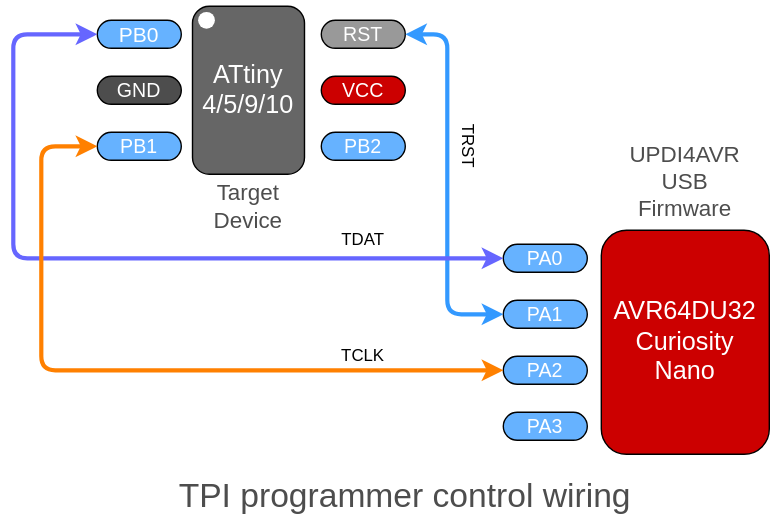
Above: product/UPDI4AVR/images/U4AU_TPI.drawio.svg in askn37/askn37.github.io (draw.io), before the change. Source tidied: cells renumbered, new cells last; positions are measured from the earlier drawing's top-left corner, leaving out a move shared by most shapes.
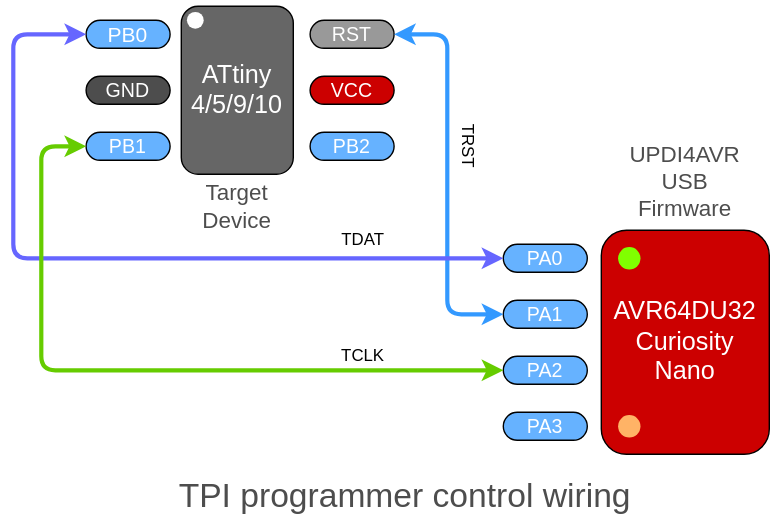
Above is the later version.

Change to the diagram source:
```diff
@@ -3,25 +3,25 @@
     <mxCell id="0" />
     <mxCell id="1" parent="0" />
     <mxCell id="2" value="&lt;font color=&quot;#ffffff&quot; style=&quot;font-size: 18px;&quot;&gt;ATtiny&lt;br style=&quot;font-size: 18px;&quot;&gt;4/5/9/10&lt;/font&gt;" style="rounded=1;whiteSpace=wrap;html=1;fillColor=#666666;fontSize=18;" parent="1" vertex="1">
-      <mxGeometry x="128" width="80" height="120" as="geometry" />
+      <mxGeometry x="120" width="80" height="120" as="geometry" />
     </mxCell>
     <mxCell id="3" value="&lt;p style=&quot;line-height: 120%; font-size: 15px;&quot;&gt;&lt;font style=&quot;font-size: 15px;&quot;&gt;PB0&lt;/font&gt;&lt;/p&gt;" style="rounded=1;whiteSpace=wrap;html=1;labelBackgroundColor=none;fontSize=15;fontColor=#FFFFFF;fillColor=#66B2FF;arcSize=50;verticalAlign=middle;" parent="1" vertex="1">
-      <mxGeometry x="60" y="10" width="60" height="20" as="geometry" />
+      <mxGeometry x="52" y="10" width="60" height="20" as="geometry" />
     </mxCell>
     <mxCell id="4" value="&lt;p style=&quot;line-height: 120%; font-size: 14px;&quot;&gt;GND&lt;/p&gt;" style="rounded=1;whiteSpace=wrap;html=1;labelBackgroundColor=none;fontSize=14;fontColor=#FFFFFF;fillColor=#4D4D4D;arcSize=50;verticalAlign=middle;" parent="1" vertex="1">
-      <mxGeometry x="60" y="50" width="60" height="20" as="geometry" />
+      <mxGeometry x="52" y="50" width="60" height="20" as="geometry" />
     </mxCell>
     <mxCell id="5" value="&lt;p style=&quot;line-height: 120%; font-size: 14px;&quot;&gt;&lt;font style=&quot;font-size: 14px;&quot;&gt;PB1&lt;/font&gt;&lt;/p&gt;" style="rounded=1;whiteSpace=wrap;html=1;labelBackgroundColor=none;fontSize=14;fontColor=#FFFFFF;fillColor=#66B2FF;arcSize=50;verticalAlign=middle;" parent="1" vertex="1">
-      <mxGeometry x="60" y="90" width="60" height="20" as="geometry" />
+      <mxGeometry x="52" y="90" width="60" height="20" as="geometry" />
     </mxCell>
     <mxCell id="6" value="&lt;p style=&quot;line-height: 120%; font-size: 14px;&quot;&gt;RST&lt;/p&gt;" style="rounded=1;whiteSpace=wrap;html=1;labelBackgroundColor=none;fontSize=14;fontColor=#FFFFFF;fillColor=#999999;arcSize=50;verticalAlign=middle;" parent="1" vertex="1">
-      <mxGeometry x="220" y="10" width="60" height="20" as="geometry" />
+      <mxGeometry x="212" y="10" width="60" height="20" as="geometry" />
     </mxCell>
     <mxCell id="7" value="&lt;p style=&quot;line-height: 120%; font-size: 14px;&quot;&gt;VCC&lt;/p&gt;" style="rounded=1;whiteSpace=wrap;html=1;labelBackgroundColor=none;fontSize=14;fontColor=#FFFFFF;fillColor=#CC0000;arcSize=50;verticalAlign=middle;" parent="1" vertex="1">
-      <mxGeometry x="220" y="50" width="60" height="20" as="geometry" />
+      <mxGeometry x="212" y="50" width="60" height="20" as="geometry" />
     </mxCell>
     <mxCell id="8" value="&lt;p style=&quot;line-height: 120%; font-size: 14px;&quot;&gt;&lt;font style=&quot;font-size: 14px;&quot;&gt;PB2&lt;/font&gt;&lt;/p&gt;" style="rounded=1;whiteSpace=wrap;html=1;labelBackgroundColor=none;fontSize=14;fontColor=#FFFFFF;fillColor=#66B2FF;arcSize=50;verticalAlign=middle;" parent="1" vertex="1">
-      <mxGeometry x="220" y="90" width="60" height="20" as="geometry" />
+      <mxGeometry x="212" y="90" width="60" height="20" as="geometry" />
     </mxCell>
     <mxCell id="9" value="AVR64DU32&lt;br&gt;Curiosity&lt;br style=&quot;font-size: 18px;&quot;&gt;Nano" style="rounded=1;whiteSpace=wrap;html=1;labelBackgroundColor=none;fontSize=18;fontColor=#FFFFFF;fillColor=#CC0000;" parent="1" vertex="1">
       <mxGeometry x="420" y="160" width="120" height="160" as="geometry" />
@@ -39,7 +39,7 @@
       <mxGeometry x="420" y="90" width="120" height="70" as="geometry" />
     </mxCell>
     <mxCell id="14" style="shape=waypoint;sketch=0;size=6;fillColor=none;perimeter=centerPerimeter;labelBackgroundColor=none;fontSize=16;fontColor=#000000;strokeColor=#FFFFFF;strokeWidth=4;" parent="1" vertex="1">
-      <mxGeometry x="128" width="20" height="20" as="geometry" />
+      <mxGeometry x="120" width="20" height="20" as="geometry" />
     </mxCell>
     <mxCell id="15" value="TDAT" style="text;strokeColor=none;align=center;fillColor=none;html=1;verticalAlign=middle;whiteSpace=wrap;rounded=0;rotation=0;" parent="1" vertex="1">
       <mxGeometry x="225" y="157" width="50" height="20" as="geometry" />
@@ -51,7 +51,7 @@
       <mxGeometry x="300" y="85" width="50" height="30" as="geometry" />
     </mxCell>
     <mxCell id="18" value="Target&lt;br&gt;Device" style="text;strokeColor=none;align=center;fillColor=none;html=1;verticalAlign=middle;whiteSpace=wrap;rounded=0;labelBackgroundColor=none;fontSize=16;fontColor=#4D4D4D;" parent="1" vertex="1">
-      <mxGeometry x="108" y="120" width="120" height="45" as="geometry" />
+      <mxGeometry x="100" y="120" width="120" height="45" as="geometry" />
     </mxCell>
     <mxCell id="19" value="&lt;p style=&quot;line-height: 120%; font-size: 14px;&quot;&gt;PA1&lt;/p&gt;" style="rounded=1;whiteSpace=wrap;html=1;labelBackgroundColor=none;fontSize=14;fontColor=#FFFFFF;fillColor=#66B2FF;arcSize=50;verticalAlign=middle;" parent="1" vertex="1">
       <mxGeometry x="350" y="210" width="60" height="20" as="geometry" />
@@ -75,7 +75,7 @@
         </Array>
       </mxGeometry>
     </mxCell>
-    <mxCell id="23" style="endArrow=classic;startArrow=classic;html=1;strokeColor=#FF8000;strokeWidth=3;entryX=0;entryY=0.5;entryDx=0;entryDy=0;exitX=0;exitY=0.5;exitDx=0;exitDy=0;" parent="1" edge="1" source="11" target="5">
+    <mxCell id="23" style="endArrow=classic;startArrow=classic;html=1;strokeColor=#66CC00;strokeWidth=3;entryX=0;entryY=0.5;entryDx=0;entryDy=0;exitX=0;exitY=0.5;exitDx=0;exitDy=0;" parent="1" edge="1" source="11" target="5">
       <mxGeometry relative="1" as="geometry">
         <Array as="points">
           <mxPoint x="20" y="260" />
@@ -83,5 +83,11 @@
         </Array>
       </mxGeometry>
     </mxCell>
+    <mxCell id="24" style="shape=waypoint;sketch=0;size=6;fillColor=none;perimeter=centerPerimeter;labelBackgroundColor=none;fontSize=16;fontColor=#000000;strokeColor=#80FF00;strokeWidth=6;" parent="1" vertex="1">
+      <mxGeometry x="430" y="170" width="20" height="20" as="geometry" />
+    </mxCell>
+    <mxCell id="25" style="shape=waypoint;sketch=0;size=6;fillColor=none;perimeter=centerPerimeter;labelBackgroundColor=none;fontSize=16;fontColor=#000000;strokeColor=#FFB366;strokeWidth=6;" parent="1" vertex="1">
+      <mxGeometry x="430" y="290" width="20" height="20" as="geometry" />
+    </mxCell>
   </root>
 </mxGraphModel>
```
